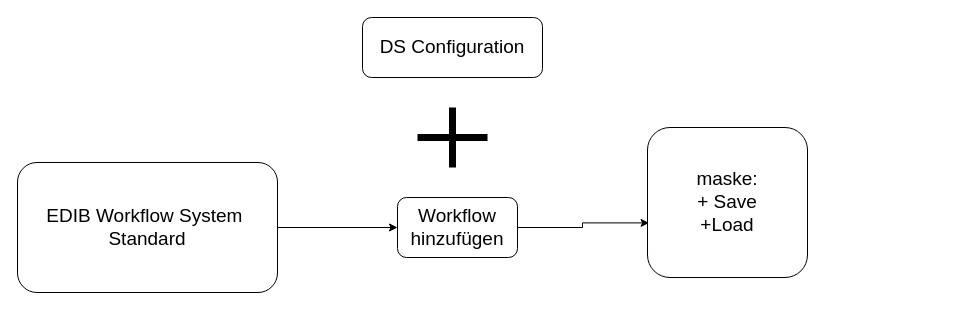
The draw.io diagram Save load Diagram.drawio in masteryijian/Hallo-World-, before the edit. Source tidied: cells renumbered, new cells numbered last; positions are measured from the earlier drawing's top-left corner, leaving out a move shared by most shapes. Both pictures are drawn from the tidied source at 100%, with x=0, y=0 at pixel (17, 17).
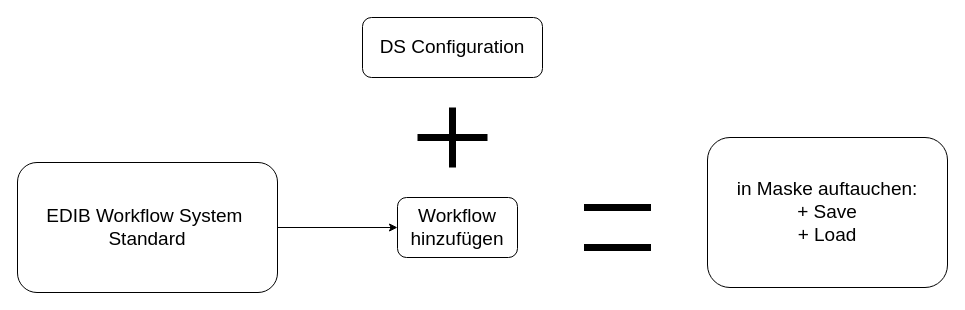
The same diagram, later.

The edit, as a diff of the source:
```diff
@@
 <mxGraphModel>
   <root>
     <mxCell id="0" />
     <mxCell id="1" parent="0" />
-    <mxCell id="2" value="maske:&lt;br style=&quot;font-size: 19px;&quot;&gt;+ Save&lt;br style=&quot;font-size: 19px;&quot;&gt;+Load" style="rounded=1;whiteSpace=wrap;html=1;fontSize=19;" parent="1" vertex="1">
-      <mxGeometry x="630" y="110" width="160" height="150" as="geometry" />
+    <mxCell id="2" value="in Maske auftauchen:&lt;br style=&quot;font-size: 19px&quot;&gt;+ Save&lt;br style=&quot;font-size: 19px&quot;&gt;+ Load" style="rounded=1;whiteSpace=wrap;html=1;fontSize=19;" parent="1" vertex="1">
+      <mxGeometry x="690" y="120" width="240" height="150" as="geometry" />
     </mxCell>
     <mxCell id="3" value="DS Configuration" style="rounded=1;whiteSpace=wrap;html=1;fontSize=19;" parent="1" vertex="1">
       <mxGeometry x="345" width="180" height="60" as="geometry" />
     </mxCell>
     <mxCell id="4" style="shape=cross;whiteSpace=wrap;html=1;fontSize=19;size=0;strokeWidth=7;" parent="1" vertex="1">
       <mxGeometry x="400" y="90" width="70" height="60" as="geometry" />
     </mxCell>
-    <mxCell id="5" style="edgeStyle=orthogonalEdgeStyle;rounded=0;jettySize=auto;html=1;entryX=0.01;entryY=0.636;entryDx=0;entryDy=0;entryPerimeter=0;fontSize=19;" parent="1" edge="1" source="6" target="2">
-      <mxGeometry relative="1" as="geometry" />
-    </mxCell>
     <mxCell id="6" value="Workflow hinzufügen" style="rounded=1;whiteSpace=wrap;html=1;fontSize=19;" parent="1" vertex="1">
       <mxGeometry x="380" y="180" width="120" height="60" as="geometry" />
     </mxCell>
     <mxCell id="7" style="edgeStyle=orthogonalEdgeStyle;rounded=0;jettySize=auto;html=1;fontSize=19;" parent="1" edge="1" source="8" target="6">
       <mxGeometry relative="1" as="geometry" />
     </mxCell>
     <mxCell id="8" value="EDIB Workflow System&amp;nbsp;&lt;br style=&quot;font-size: 19px;&quot;&gt;Standard" style="rounded=1;whiteSpace=wrap;html=1;fontSize=19;" parent="1" vertex="1">
       <mxGeometry y="145" width="260" height="130" as="geometry" />
     </mxCell>
+    <mxCell id="9" style="shape=partialRectangle;whiteSpace=wrap;html=1;top=0;bottom=0;fillColor=none;strokeWidth=7;fontSize=19;rotation=90;" parent="1" vertex="1">
+      <mxGeometry x="580" y="180" width="40" height="60" as="geometry" />
+    </mxCell>
   </root>
 </mxGraphModel>
```
